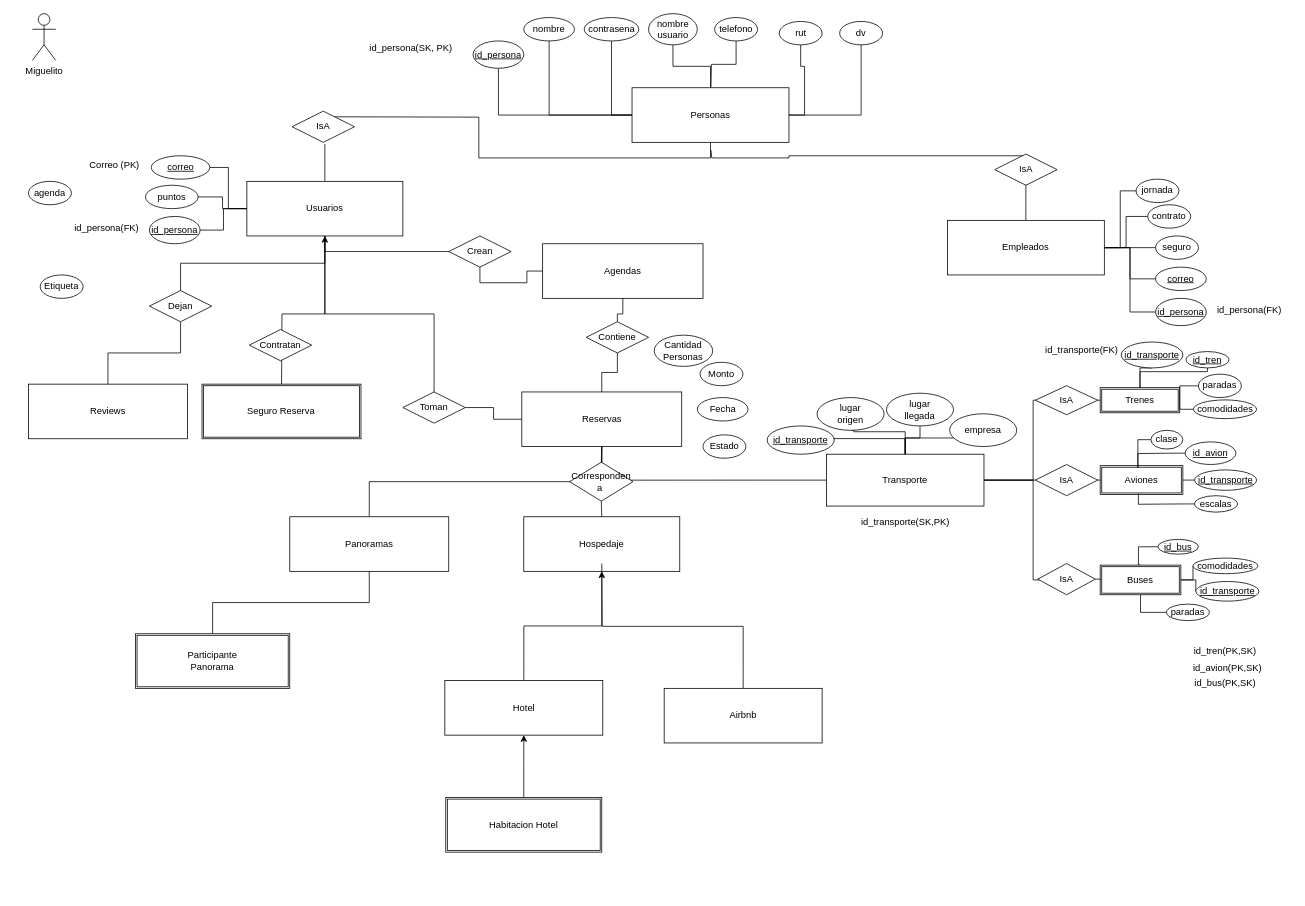
Above: Diagrama sin título.drawio in fblazco/bdd_personal (draw.io), before the change. Source tidied: cells renumbered, new cells numbered last; positions are measured from the earlier drawing's top-left corner, leaving out a move shared by most shapes. Both pictures are drawn from the tidied source at 78%, with x=0, y=0 at pixel (28, 13).
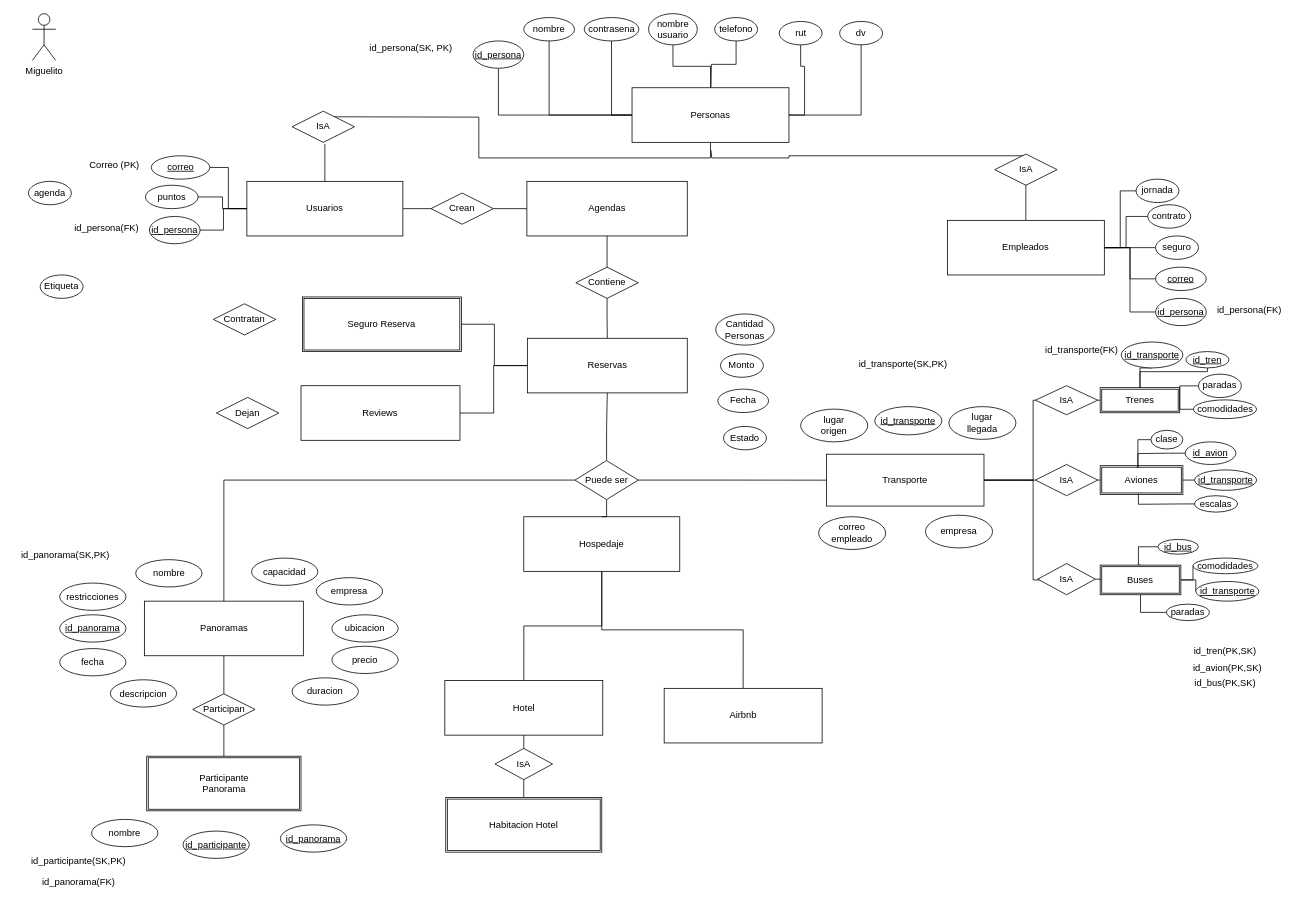
After the change.

The change refers to these unchanged cells:
```xml
<mxCell id="5" value="Usuarios" style="rounded=0;whiteSpace=wrap;html=1;labelBackgroundColor=none;" parent="1" vertex="1">
  <mxGeometry x="280" y="215" width="200" height="70" as="geometry" />
</mxCell>
<mxCell id="11" value="Hospedaje" style="rounded=0;whiteSpace=wrap;html=1;labelBackgroundColor=none;" parent="1" vertex="1">
  <mxGeometry x="635" y="645" width="200" height="70" as="geometry" />
</mxCell>
<mxCell id="13" value="Hotel" style="rounded=0;whiteSpace=wrap;html=1;labelBackgroundColor=none;" parent="1" vertex="1">
  <mxGeometry x="533.8" y="855" width="202.5" height="70" as="geometry" />
</mxCell>
<mxCell id="15" value="Airbnb" style="rounded=0;whiteSpace=wrap;html=1;labelBackgroundColor=none;" parent="1" vertex="1">
  <mxGeometry x="815" y="865" width="202.5" height="70" as="geometry" />
</mxCell>
<mxCell id="23" value="Transporte" style="rounded=0;whiteSpace=wrap;html=1;labelBackgroundColor=none;" parent="1" vertex="1">
  <mxGeometry x="1023" y="564.8" width="202" height="66.5" as="geometry" />
</mxCell>
<mxCell id="28" value="Habitacion Hotel" style="shape=ext;double=1;rounded=0;whiteSpace=wrap;html=1;labelBackgroundColor=none;" parent="1" vertex="1">
  <mxGeometry x="535" y="1005" width="200" height="70" as="geometry" />
</mxCell>
```

The edit, as a diff of the source:
```diff
@@
+    <mxCell id="75" style="edgeStyle=orthogonalEdgeStyle;rounded=0;jettySize=auto;html=1;exitX=1;exitY=0.5;exitDx=0;exitDy=0;entryX=0;entryY=0.5;entryDx=0;entryDy=0;endArrow=none;startFill=0;" parent="1" edge="1" source="5" target="76">
+      <mxGeometry relative="1" as="geometry" />
+    </mxCell>
@@
     <mxCell id="7" value="Agendas" style="rounded=0;whiteSpace=wrap;html=1;labelBackgroundColor=none;" parent="1" vertex="1">
-      <mxGeometry x="659.2" y="295" width="205.6" height="70" as="geometry" />
+      <mxGeometry x="639" y="215" width="205.6" height="70" as="geometry" />
     </mxCell>
-    <mxCell id="8" style="edgeStyle=orthogonalEdgeStyle;rounded=0;jettySize=auto;html=1;exitX=0.5;exitY=0;exitDx=0;exitDy=0;entryX=0.5;entryY=1;entryDx=0;entryDy=0;labelBackgroundColor=none;fontColor=default;" parent="1" edge="1" source="78" target="5">
-      <mxGeometry relative="1" as="geometry">
-        <Array as="points">
-          <mxPoint x="520" y="385" />
-          <mxPoint x="380" y="385" />
-        </Array>
-      </mxGeometry>
-    </mxCell>
     <mxCell id="9" value="Reservas" style="rounded=0;whiteSpace=wrap;html=1;labelBackgroundColor=none;" parent="1" vertex="1">
-      <mxGeometry x="632.5" y="485" width="205" height="70" as="geometry" />
+      <mxGeometry x="639.6" y="416.2" width="205" height="70" as="geometry" />
     </mxCell>
-    <mxCell id="10" style="edgeStyle=orthogonalEdgeStyle;rounded=0;jettySize=auto;html=1;exitX=0.5;exitY=0;exitDx=0;exitDy=0;entryX=0.5;entryY=1;entryDx=0;entryDy=0;endArrow=none;startFill=0;labelBackgroundColor=none;fontColor=default;" parent="1" edge="1" source="84" target="9">
-      <mxGeometry relative="1" as="geometry" />
-    </mxCell>
@@
-    <mxCell id="12" style="edgeStyle=orthogonalEdgeStyle;rounded=0;jettySize=auto;html=1;exitX=0.5;exitY=0;exitDx=0;exitDy=0;entryX=0.5;entryY=1;entryDx=0;entryDy=0;labelBackgroundColor=none;fontColor=default;" parent="1" edge="1" source="13" target="11">
+    <mxCell id="12" style="edgeStyle=orthogonalEdgeStyle;rounded=0;jettySize=auto;html=1;exitX=0.5;exitY=0;exitDx=0;exitDy=0;entryX=0.5;entryY=1;entryDx=0;entryDy=0;endArrow=none;startFill=0;" parent="1" edge="1" source="13" target="11">
       <mxGeometry relative="1" as="geometry" />
     </mxCell>
@@
-    <mxCell id="14" style="edgeStyle=orthogonalEdgeStyle;rounded=0;jettySize=auto;html=1;exitX=0.5;exitY=0;exitDx=0;exitDy=0;endArrow=none;startFill=0;labelBackgroundColor=none;fontColor=default;" parent="1" edge="1" source="15">
-      <mxGeometry relative="1" as="geometry">
-        <mxPoint x="735" y="705" as="targetPoint" />
-      </mxGeometry>
-    </mxCell>
+    <mxCell id="137" style="edgeStyle=orthogonalEdgeStyle;rounded=0;jettySize=auto;html=1;exitX=0.5;exitY=0;exitDx=0;exitDy=0;entryX=0.5;entryY=1;entryDx=0;entryDy=0;endArrow=none;startFill=0;" parent="1" edge="1" source="15" target="11">
+      <mxGeometry relative="1" as="geometry" />
+    </mxCell>
@@
-    <mxCell id="16" style="edgeStyle=orthogonalEdgeStyle;rounded=0;jettySize=auto;html=1;exitX=0.5;exitY=0;exitDx=0;exitDy=0;entryX=0.5;entryY=1;entryDx=0;entryDy=0;endArrow=none;startFill=0;labelBackgroundColor=none;fontColor=default;" parent="1" edge="1" source="17" target="9">
-      <mxGeometry relative="1" as="geometry" />
-    </mxCell>
+    <mxCell id="138" style="edgeStyle=orthogonalEdgeStyle;rounded=0;jettySize=auto;html=1;exitX=0.5;exitY=0;exitDx=0;exitDy=0;entryX=0;entryY=0.5;entryDx=0;entryDy=0;endArrow=none;startFill=0;" parent="1" edge="1" source="17" target="84">
+      <mxGeometry relative="1" as="geometry" />
+    </mxCell>
     <mxCell id="17" value="Panoramas" style="rounded=0;whiteSpace=wrap;html=1;labelBackgroundColor=none;" parent="1" vertex="1">
-      <mxGeometry x="335" y="645" width="203.8" height="70" as="geometry" />
+      <mxGeometry x="148.6" y="753.2" width="203.8" height="70" as="geometry" />
     </mxCell>
-    <mxCell id="18" style="edgeStyle=orthogonalEdgeStyle;rounded=0;jettySize=auto;html=1;exitX=0;exitY=0.5;exitDx=0;exitDy=0;entryX=0.5;entryY=1;entryDx=0;entryDy=0;endArrow=none;startFill=0;labelBackgroundColor=none;fontColor=default;" parent="1" edge="1" source="23" target="9">
-      <mxGeometry relative="1" as="geometry" />
-    </mxCell>
@@
-    <mxCell id="22" style="edgeStyle=orthogonalEdgeStyle;rounded=0;jettySize=auto;html=1;exitX=0.5;exitY=0;exitDx=0;exitDy=0;entryX=1;entryY=0.5;entryDx=0;entryDy=0;endArrow=none;startFill=0;" parent="1" edge="1" source="23" target="106">
-      <mxGeometry relative="1" as="geometry" />
-    </mxCell>
@@
-    <mxCell id="24" style="edgeStyle=orthogonalEdgeStyle;rounded=0;jettySize=auto;html=1;exitX=0.5;exitY=0;exitDx=0;exitDy=0;entryX=0.5;entryY=1;entryDx=0;entryDy=0;endArrow=none;startFill=0;labelBackgroundColor=none;fontColor=default;" parent="1" edge="1" source="80" target="5">
-      <mxGeometry relative="1" as="geometry" />
-    </mxCell>
+    <mxCell id="139" style="edgeStyle=orthogonalEdgeStyle;rounded=0;jettySize=auto;html=1;exitX=1;exitY=0.5;exitDx=0;exitDy=0;entryX=0;entryY=0.5;entryDx=0;entryDy=0;endArrow=none;startFill=0;" parent="1" edge="1" source="25" target="9">
+      <mxGeometry relative="1" as="geometry" />
+    </mxCell>
     <mxCell id="25" value="Reviews" style="rounded=0;whiteSpace=wrap;html=1;labelBackgroundColor=none;" parent="1" vertex="1">
-      <mxGeometry y="475" width="203.8" height="70" as="geometry" />
+      <mxGeometry x="349.4" y="477" width="203.8" height="70" as="geometry" />
     </mxCell>
@@
-    <mxCell id="27" style="edgeStyle=orthogonalEdgeStyle;rounded=0;jettySize=auto;html=1;exitX=0.5;exitY=0;exitDx=0;exitDy=0;entryX=0.5;entryY=1;entryDx=0;entryDy=0;labelBackgroundColor=none;fontColor=default;" parent="1" edge="1" source="28" target="13">
+    <mxCell id="27" style="edgeStyle=orthogonalEdgeStyle;rounded=0;jettySize=auto;html=1;exitX=0.5;exitY=0;exitDx=0;exitDy=0;entryX=0.5;entryY=1;entryDx=0;entryDy=0;labelBackgroundColor=none;fontColor=default;endArrow=none;startFill=0;" parent="1" edge="1" source="28" target="13">
       <mxGeometry relative="1" as="geometry" />
     </mxCell>
@@
-    <mxCell id="29" style="edgeStyle=orthogonalEdgeStyle;rounded=0;jettySize=auto;html=1;exitX=0.5;exitY=0;exitDx=0;exitDy=0;entryX=0.5;entryY=1;entryDx=0;entryDy=0;endArrow=none;startFill=0;labelBackgroundColor=none;fontColor=default;" parent="1" edge="1" source="30" target="17">
-      <mxGeometry relative="1" as="geometry" />
-    </mxCell>
+    <mxCell id="140" style="edgeStyle=orthogonalEdgeStyle;rounded=0;jettySize=auto;html=1;exitX=0.5;exitY=0;exitDx=0;exitDy=0;entryX=0.5;entryY=1;entryDx=0;entryDy=0;endArrow=none;startFill=0;" parent="1" edge="1" source="30" target="144">
+      <mxGeometry relative="1" as="geometry" />
+    </mxCell>
     <mxCell id="30" value="Participante&lt;div&gt;Panorama&lt;/div&gt;" style="shape=ext;double=1;rounded=0;whiteSpace=wrap;html=1;labelBackgroundColor=none;" parent="1" vertex="1">
-      <mxGeometry x="137.2" y="795" width="197.8" height="70" as="geometry" />
+      <mxGeometry x="151.6" y="952" width="197.8" height="70" as="geometry" />
     </mxCell>
@@
     <mxCell id="59" value="Estado" style="ellipse;whiteSpace=wrap;html=1;labelBackgroundColor=none;" parent="1" vertex="1">
-      <mxGeometry x="864.8" y="540" width="55" height="30" as="geometry" />
+      <mxGeometry x="891.1" y="529.2" width="55" height="30" as="geometry" />
     </mxCell>
-    <mxCell id="60" style="edgeStyle=orthogonalEdgeStyle;rounded=0;jettySize=auto;html=1;exitX=0.5;exitY=0;exitDx=0;exitDy=0;entryX=0.5;entryY=1;entryDx=0;entryDy=0;endArrow=none;startFill=0;labelBackgroundColor=none;fontColor=default;" parent="1" edge="1" source="61" target="5">
-      <mxGeometry relative="1" as="geometry">
-        <Array as="points">
-          <mxPoint x="325" y="485" />
-          <mxPoint x="325" y="385" />
-          <mxPoint x="380" y="385" />
-        </Array>
-      </mxGeometry>
-    </mxCell>
+    <mxCell id="141" style="edgeStyle=orthogonalEdgeStyle;rounded=0;jettySize=auto;html=1;exitX=1;exitY=0.5;exitDx=0;exitDy=0;endArrow=none;startFill=0;" parent="1" edge="1" source="61" target="9">
+      <mxGeometry relative="1" as="geometry" />
+    </mxCell>
     <mxCell id="61" value="Seguro Reserva" style="shape=ext;double=1;rounded=0;whiteSpace=wrap;html=1;labelBackgroundColor=none;" parent="1" vertex="1">
-      <mxGeometry x="222.5" y="475" width="203.8" height="70" as="geometry" />
+      <mxGeometry x="351.2" y="363.2" width="203.8" height="70" as="geometry" />
     </mxCell>
     <mxCell id="62" value="Fecha" style="ellipse;whiteSpace=wrap;html=1;labelBackgroundColor=none;" parent="1" vertex="1">
-      <mxGeometry x="857.5" y="492.2" width="65" height="30" as="geometry" />
+      <mxGeometry x="883.8" y="481.4" width="65" height="30" as="geometry" />
     </mxCell>
     <mxCell id="63" value="Monto" style="ellipse;whiteSpace=wrap;html=1;labelBackgroundColor=none;" parent="1" vertex="1">
-      <mxGeometry x="861" y="447" width="55" height="30" as="geometry" />
+      <mxGeometry x="887.2" y="436.2" width="55" height="30" as="geometry" />
     </mxCell>
     <mxCell id="64" value="Cantidad&lt;div&gt;Personas&lt;/div&gt;" style="ellipse;whiteSpace=wrap;html=1;labelBackgroundColor=none;" parent="1" vertex="1">
-      <mxGeometry x="802.2" y="412.2" width="75" height="40" as="geometry" />
+      <mxGeometry x="881.1" y="385" width="75" height="40" as="geometry" />
     </mxCell>
@@
+    <mxCell id="74" value="Contratan" style="rhombus;whiteSpace=wrap;html=1;labelBackgroundColor=none;" parent="1" vertex="1">
+      <mxGeometry x="237" y="372" width="80" height="40" as="geometry" />
+    </mxCell>
-    <mxCell id="73" style="edgeStyle=orthogonalEdgeStyle;rounded=0;jettySize=auto;html=1;exitX=0.5;exitY=1;exitDx=0;exitDy=0;entryX=0;entryY=0.5;entryDx=0;entryDy=0;endArrow=none;startFill=0;labelBackgroundColor=none;fontColor=default;" parent="1" edge="1" source="76" target="7">
+    <mxCell id="73" style="edgeStyle=orthogonalEdgeStyle;rounded=0;jettySize=auto;html=1;exitX=1;exitY=0.5;exitDx=0;exitDy=0;entryX=0;entryY=0.5;entryDx=0;entryDy=0;endArrow=none;startFill=0;" parent="1" edge="1" source="76" target="7">
       <mxGeometry relative="1" as="geometry" />
     </mxCell>
-    <mxCell id="74" value="Contratan" style="rhombus;whiteSpace=wrap;html=1;labelBackgroundColor=none;" parent="1" vertex="1">
-      <mxGeometry x="283.1" y="405" width="80" height="40" as="geometry" />
-    </mxCell>
-    <mxCell id="75" style="edgeStyle=orthogonalEdgeStyle;rounded=0;jettySize=auto;html=1;exitX=0.5;exitY=1;exitDx=0;exitDy=0;entryX=0;entryY=0.5;entryDx=0;entryDy=0;endArrow=none;startFill=0;labelBackgroundColor=none;fontColor=default;" parent="1" edge="1" source="5" target="76">
-      <mxGeometry relative="1" as="geometry" />
-    </mxCell>
     <mxCell id="76" value="Crean" style="rhombus;whiteSpace=wrap;html=1;labelBackgroundColor=none;" parent="1" vertex="1">
-      <mxGeometry x="538.8" y="285" width="80" height="40" as="geometry" />
+      <mxGeometry x="516" y="230" width="80" height="40" as="geometry" />
     </mxCell>
-    <mxCell id="77" style="edgeStyle=orthogonalEdgeStyle;rounded=0;jettySize=auto;html=1;exitX=1;exitY=0.5;exitDx=0;exitDy=0;entryX=0;entryY=0.5;entryDx=0;entryDy=0;endArrow=none;startFill=0;labelBackgroundColor=none;fontColor=default;" parent="1" edge="1" source="78" target="9">
-      <mxGeometry relative="1" as="geometry" />
-    </mxCell>
-    <mxCell id="78" value="Toman" style="rhombus;whiteSpace=wrap;html=1;labelBackgroundColor=none;" parent="1" vertex="1">
-      <mxGeometry x="480" y="485" width="80" height="40" as="geometry" />
-    </mxCell>
-    <mxCell id="79" style="edgeStyle=orthogonalEdgeStyle;rounded=0;jettySize=auto;html=1;exitX=0.5;exitY=0;exitDx=0;exitDy=0;entryX=0.5;entryY=1;entryDx=0;entryDy=0;endArrow=none;startFill=0;labelBackgroundColor=none;fontColor=default;" parent="1" edge="1" source="25" target="80">
-      <mxGeometry relative="1" as="geometry" />
-    </mxCell>
     <mxCell id="80" value="Dejan" style="rhombus;whiteSpace=wrap;html=1;labelBackgroundColor=none;" parent="1" vertex="1">
-      <mxGeometry x="155" y="355" width="80" height="40" as="geometry" />
+      <mxGeometry x="241" y="492" width="80" height="40" as="geometry" />
     </mxCell>
@@
     <mxCell id="82" value="Contiene" style="rhombus;whiteSpace=wrap;html=1;labelBackgroundColor=none;" parent="1" vertex="1">
-      <mxGeometry x="715" y="395" width="80" height="40" as="geometry" />
+      <mxGeometry x="701.8" y="325" width="80" height="40" as="geometry" />
     </mxCell>
@@
+    <mxCell id="142" style="edgeStyle=orthogonalEdgeStyle;rounded=0;jettySize=auto;html=1;exitX=1;exitY=0.5;exitDx=0;exitDy=0;endArrow=none;startFill=0;" parent="1" edge="1" source="84" target="23">
+      <mxGeometry relative="1" as="geometry" />
+    </mxCell>
+    <mxCell id="10" style="edgeStyle=orthogonalEdgeStyle;rounded=0;jettySize=auto;html=1;exitX=0.5;exitY=0;exitDx=0;exitDy=0;endArrow=none;startFill=0;" parent="1" edge="1" source="84" target="9">
+      <mxGeometry relative="1" as="geometry" />
+    </mxCell>
-    <mxCell id="84" value="Corresponden a&amp;nbsp;" style="rhombus;whiteSpace=wrap;html=1;labelBackgroundColor=none;" parent="1" vertex="1">
-      <mxGeometry x="693.8" y="575" width="81.2" height="50" as="geometry" />
+    <mxCell id="84" value="Puede ser" style="rhombus;whiteSpace=wrap;html=1;labelBackgroundColor=none;" parent="1" vertex="1">
+      <mxGeometry x="700.6" y="573" width="81.2" height="50" as="geometry" />
     </mxCell>
@@
     <mxCell id="106" value="&lt;u&gt;id_transporte&lt;/u&gt;" style="ellipse;whiteSpace=wrap;html=1;labelBackgroundColor=none;" parent="1" vertex="1">
-      <mxGeometry x="947" y="528.6" width="86" height="36.2" as="geometry" />
+      <mxGeometry x="1085" y="503.8" width="86" height="36.2" as="geometry" />
     </mxCell>
-    <mxCell id="107" style="edgeStyle=orthogonalEdgeStyle;rounded=0;jettySize=auto;html=1;exitX=0.5;exitY=1;exitDx=0;exitDy=0;entryX=0.5;entryY=0;entryDx=0;entryDy=0;endArrow=none;startFill=0;" parent="1" edge="1" source="108" target="23">
-      <mxGeometry relative="1" as="geometry">
-        <Array as="points">
-          <mxPoint x="1058" y="536" />
-          <mxPoint x="1124" y="536" />
-        </Array>
-      </mxGeometry>
-    </mxCell>
     <mxCell id="108" value="lugar&lt;div&gt;origen&lt;/div&gt;" style="ellipse;whiteSpace=wrap;html=1;labelBackgroundColor=none;" parent="1" vertex="1">
-      <mxGeometry x="1011" y="492.2" width="86" height="42" as="geometry" />
+      <mxGeometry x="990" y="507" width="86" height="42" as="geometry" />
     </mxCell>
-    <mxCell id="109" style="edgeStyle=orthogonalEdgeStyle;rounded=0;jettySize=auto;html=1;exitX=0.5;exitY=1;exitDx=0;exitDy=0;endArrow=none;startFill=0;" parent="1" edge="1" source="110" target="23">
-      <mxGeometry relative="1" as="geometry">
-        <Array as="points">
-          <mxPoint x="1143" y="544" />
-          <mxPoint x="1124" y="544" />
-        </Array>
-      </mxGeometry>
-    </mxCell>
     <mxCell id="110" value="lugar&lt;div&gt;llegada&lt;/div&gt;" style="ellipse;whiteSpace=wrap;html=1;labelBackgroundColor=none;" parent="1" vertex="1">
-      <mxGeometry x="1100" y="486.6" width="86" height="42" as="geometry" />
+      <mxGeometry x="1180" y="503.8" width="86" height="42" as="geometry" />
     </mxCell>
-    <mxCell id="111" style="edgeStyle=orthogonalEdgeStyle;rounded=0;jettySize=auto;html=1;exitX=0.5;exitY=1;exitDx=0;exitDy=0;entryX=0.5;entryY=0;entryDx=0;entryDy=0;endArrow=none;startFill=0;" parent="1" edge="1" source="112" target="23">
-      <mxGeometry relative="1" as="geometry">
-        <Array as="points">
-          <mxPoint x="1228" y="538" />
-          <mxPoint x="1228" y="544" />
-          <mxPoint x="1124" y="544" />
-        </Array>
-      </mxGeometry>
-    </mxCell>
-    <mxCell id="112" value="&lt;div&gt;empresa&lt;/div&gt;" style="ellipse;whiteSpace=wrap;html=1;labelBackgroundColor=none;" parent="1" vertex="1">
-      <mxGeometry x="1181" y="513" width="86" height="42" as="geometry" />
-    </mxCell>
     <mxCell id="113" value="id_transporte(SK,PK)" style="text;html=1;align=center;verticalAlign=middle;strokeColor=none;fillColor=none;" parent="1" vertex="1">
-      <mxGeometry x="1058.5" y="639" width="131" height="26" as="geometry" />
+      <mxGeometry x="1055" y="436.2" width="131" height="26" as="geometry" />
     </mxCell>
@@
+    <mxCell id="143" style="edgeStyle=orthogonalEdgeStyle;rounded=0;jettySize=auto;html=1;exitX=0.5;exitY=0;exitDx=0;exitDy=0;entryX=0.5;entryY=1;entryDx=0;entryDy=0;endArrow=none;startFill=0;" parent="1" edge="1" source="144" target="17">
+      <mxGeometry relative="1" as="geometry" />
+    </mxCell>
+    <mxCell id="144" value="Participan" style="rhombus;whiteSpace=wrap;html=1;labelBackgroundColor=none;" parent="1" vertex="1">
+      <mxGeometry x="210.5" y="872" width="80" height="40" as="geometry" />
+    </mxCell>
+    <mxCell id="145" value="&lt;u&gt;id_panorama&lt;/u&gt;" style="ellipse;whiteSpace=wrap;html=1;labelBackgroundColor=none;" parent="1" vertex="1">
+      <mxGeometry x="323" y="1040" width="85" height="35" as="geometry" />
+    </mxCell>
+    <mxCell id="146" value="&lt;u&gt;id_participante&lt;/u&gt;" style="ellipse;whiteSpace=wrap;html=1;labelBackgroundColor=none;" parent="1" vertex="1">
+      <mxGeometry x="198.1" y="1048" width="85" height="35" as="geometry" />
+    </mxCell>
+    <mxCell id="147" value="&lt;u&gt;id_panorama&lt;/u&gt;" style="ellipse;whiteSpace=wrap;html=1;labelBackgroundColor=none;" parent="1" vertex="1">
+      <mxGeometry x="40" y="770.7" width="85" height="35" as="geometry" />
+    </mxCell>
+    <mxCell id="148" value="id_panorama(SK,PK)" style="text;html=1;align=center;verticalAlign=middle;strokeColor=none;fillColor=none;" parent="1" vertex="1">
+      <mxGeometry x="-19" y="681" width="131" height="26" as="geometry" />
+    </mxCell>
+    <mxCell id="149" value="id_participante(SK,PK)" style="text;html=1;align=center;verticalAlign=middle;strokeColor=none;fillColor=none;" parent="1" vertex="1">
+      <mxGeometry x="-6" y="1074" width="139" height="26" as="geometry" />
+    </mxCell>
+    <mxCell id="150" value="id_panorama(FK)" style="text;html=1;align=center;verticalAlign=middle;strokeColor=none;fillColor=none;" parent="1" vertex="1">
+      <mxGeometry x="8" y="1100" width="111" height="26" as="geometry" />
+    </mxCell>
+    <mxCell id="151" value="nombre" style="ellipse;whiteSpace=wrap;html=1;labelBackgroundColor=none;" parent="1" vertex="1">
+      <mxGeometry x="81" y="1033" width="85" height="35" as="geometry" />
+    </mxCell>
+    <mxCell id="152" value="nombre" style="ellipse;whiteSpace=wrap;html=1;labelBackgroundColor=none;" parent="1" vertex="1">
+      <mxGeometry x="137.5" y="700" width="85" height="35" as="geometry" />
+    </mxCell>
+    <mxCell id="153" value="empresa" style="ellipse;whiteSpace=wrap;html=1;labelBackgroundColor=none;" parent="1" vertex="1">
+      <mxGeometry x="369" y="723.1" width="85" height="35" as="geometry" />
+    </mxCell>
+    <mxCell id="154" value="descripcion" style="ellipse;whiteSpace=wrap;html=1;labelBackgroundColor=none;" parent="1" vertex="1">
+      <mxGeometry x="105" y="854" width="85" height="35" as="geometry" />
+    </mxCell>
+    <mxCell id="155" value="ubicacion" style="ellipse;whiteSpace=wrap;html=1;labelBackgroundColor=none;" parent="1" vertex="1">
+      <mxGeometry x="389" y="770.7" width="85" height="35" as="geometry" />
+    </mxCell>
+    <mxCell id="156" value="duracion" style="ellipse;whiteSpace=wrap;html=1;labelBackgroundColor=none;" parent="1" vertex="1">
+      <mxGeometry x="338" y="851.5" width="85" height="35" as="geometry" />
+    </mxCell>
+    <mxCell id="157" value="precio" style="ellipse;whiteSpace=wrap;html=1;labelBackgroundColor=none;" parent="1" vertex="1">
+      <mxGeometry x="389" y="811" width="85" height="35" as="geometry" />
+    </mxCell>
+    <mxCell id="158" value="capacidad" style="ellipse;whiteSpace=wrap;html=1;labelBackgroundColor=none;" parent="1" vertex="1">
+      <mxGeometry x="286" y="698" width="85" height="35" as="geometry" />
+    </mxCell>
+    <mxCell id="159" value="restricciones" style="ellipse;whiteSpace=wrap;html=1;labelBackgroundColor=none;" parent="1" vertex="1">
+      <mxGeometry x="40" y="730" width="85" height="35" as="geometry" />
+    </mxCell>
+    <mxCell id="160" value="fecha" style="ellipse;whiteSpace=wrap;html=1;labelBackgroundColor=none;" parent="1" vertex="1">
+      <mxGeometry x="40" y="814" width="85" height="35" as="geometry" />
+    </mxCell>
+    <mxCell id="161" value="correo empleado" style="ellipse;whiteSpace=wrap;html=1;labelBackgroundColor=none;" parent="1" vertex="1">
+      <mxGeometry x="1013" y="645" width="86" height="42" as="geometry" />
+    </mxCell>
+    <mxCell id="112" value="&lt;div&gt;empresa&lt;/div&gt;" style="ellipse;whiteSpace=wrap;html=1;labelBackgroundColor=none;" parent="1" vertex="1">
+      <mxGeometry x="1150" y="643" width="86" height="42" as="geometry" />
+    </mxCell>
+    <mxCell id="162" value="IsA" style="rhombus;whiteSpace=wrap;html=1;labelBackgroundColor=none;" parent="1" vertex="1">
+      <mxGeometry x="598.1" y="942" width="73.8" height="40" as="geometry" />
+    </mxCell>
```
